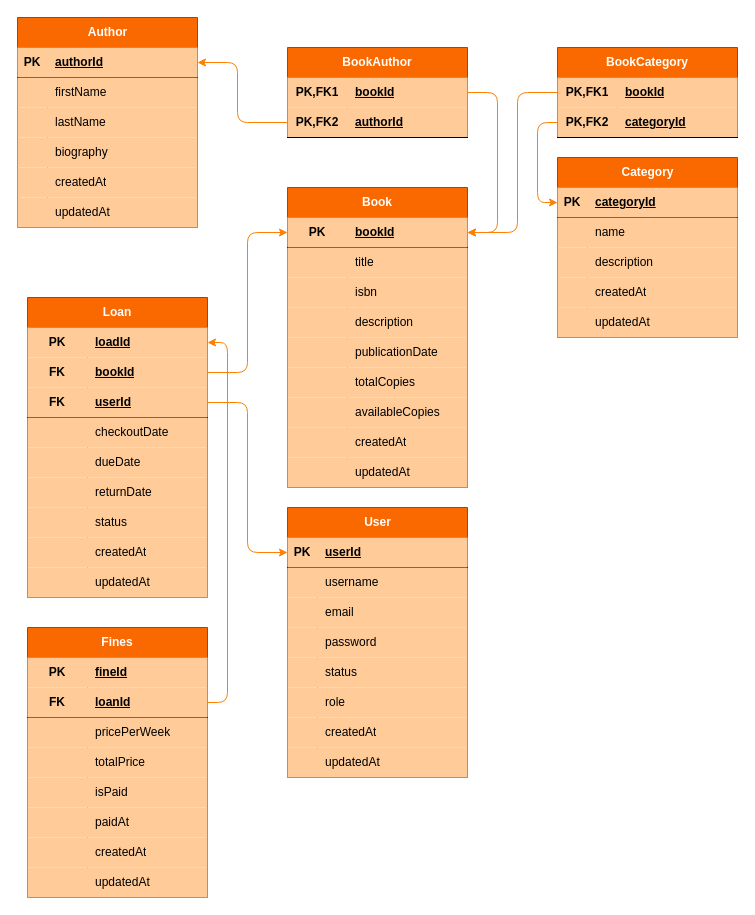
The draw.io diagram docs/er-diagram.drawio in Xeinostorm2005/Library-Application-using-Java, before the edit. Source tidied: cells renumbered, new cells numbered last; positions are measured from the earlier drawing's top-left corner, leaving out a move shared by most shapes. Both pictures are drawn from the tidied source at 100%, with x=0, y=0 at pixel (17, 17).
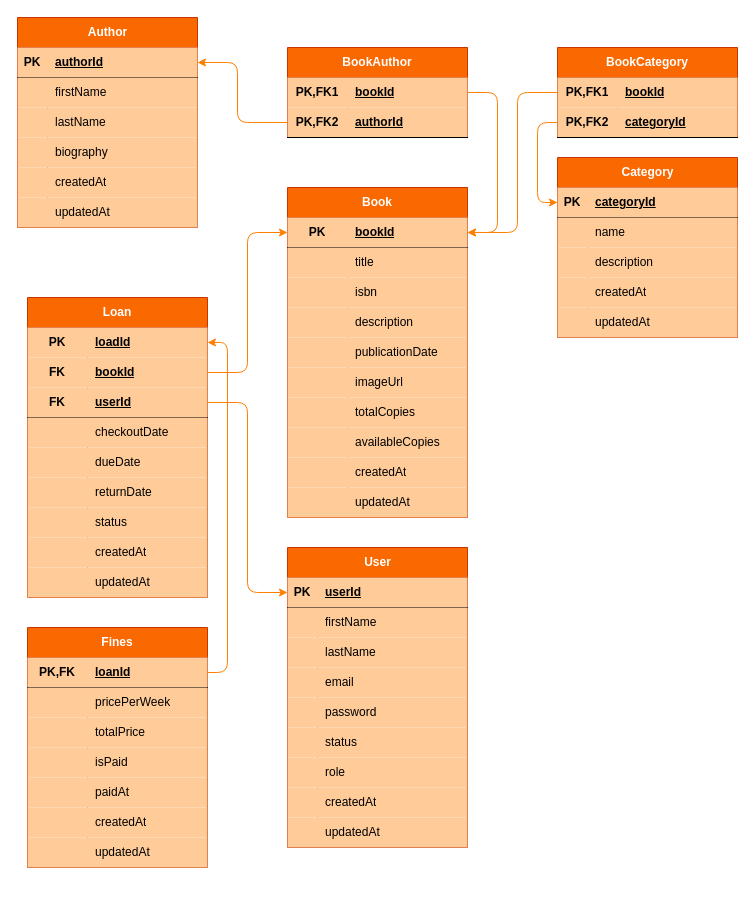
Above is the later version.

The change refers to these unchanged cells:
```xml
<mxCell id="3" style="shape=tableRow;horizontal=0;startSize=0;swimlaneHead=0;swimlaneBody=0;fillColor=#FFCC99;points=[[0,0.5],[1,0.5]];portConstraint=eastwest;top=0;left=0;right=0;bottom=1;" parent="2" vertex="1">
  <mxGeometry y="30" width="180" height="30" as="geometry" />
</mxCell>
<mxCell id="6" style="shape=tableRow;horizontal=0;startSize=0;swimlaneHead=0;swimlaneBody=0;fillColor=#FFCC99;top=0;left=0;right=0;bottom=0;" parent="2" vertex="1">
  <mxGeometry y="60" width="180" height="30" as="geometry" />
</mxCell>
<mxCell id="62" style="shape=tableRow;horizontal=0;startSize=0;swimlaneHead=0;swimlaneBody=0;fillColor=#FFCC99;top=0;left=0;right=0;bottom=0;html=1;" parent="46" vertex="1">
  <mxGeometry y="180" width="180" height="30" as="geometry" />
</mxCell>
<mxCell id="65" style="shape=tableRow;horizontal=0;startSize=0;swimlaneHead=0;swimlaneBody=0;fillColor=#FFCC99;top=0;left=0;right=0;bottom=0;html=1;" parent="46" vertex="1">
  <mxGeometry y="210" width="180" height="30" as="geometry" />
</mxCell>
<mxCell id="100" style="shape=tableRow;horizontal=0;startSize=0;swimlaneHead=0;swimlaneBody=0;fillColor=#FFCC99;points=[[0,0.5],[1,0.5]];portConstraint=eastwest;top=0;left=0;right=0;bottom=0;html=1;" parent="99" vertex="1">
  <mxGeometry y="30" width="180" height="30" as="geometry" />
</mxCell>
<mxCell id="106" style="shape=tableRow;horizontal=0;startSize=0;swimlaneHead=0;swimlaneBody=0;fillColor=#FFCC99;points=[[0,0.5],[1,0.5]];portConstraint=eastwest;top=0;left=0;right=0;bottom=1;html=1;" parent="99" vertex="1">
  <mxGeometry y="90" width="180" height="30" as="geometry" />
</mxCell>
```

Change to the diagram source:
```diff
@@
     <mxCell id="2" value="User" style="shape=table;startSize=30;childLayout=tableLayout;rowLines=0;fontStyle=1;align=center;html=1;fillColor=#fa6800;strokeColor=#C73500;fontColor=#FFFFFF;" parent="1" vertex="1">
-      <mxGeometry x="270" y="490" width="180" height="270" as="geometry" />
+      <mxGeometry x="270" y="530" width="180" height="300" as="geometry" />
     </mxCell>
@@
-    <mxCell id="8" value="username" style="shape=partialRectangle;fillColor=none;top=0;left=0;bottom=0;right=0;align=left;spacingLeft=6;overflow=hidden;whiteSpace=wrap;html=1;" parent="6" vertex="1">
+    <mxCell id="8" value="firstName" style="shape=partialRectangle;fillColor=none;top=0;left=0;bottom=0;right=0;align=left;spacingLeft=6;overflow=hidden;whiteSpace=wrap;html=1;" parent="6" vertex="1">
       <mxGeometry x="30" width="150" height="30" as="geometry" />
     </mxCell>
+    <mxCell id="164" style="shape=tableRow;horizontal=0;startSize=0;swimlaneHead=0;swimlaneBody=0;fillColor=#FFCC99;top=0;left=0;right=0;bottom=0;" parent="2" vertex="1">
+      <mxGeometry y="90" width="180" height="30" as="geometry" />
+    </mxCell>
+    <mxCell id="165" style="shape=partialRectangle;fillColor=none;top=0;left=0;bottom=0;right=0;overflow=hidden;whiteSpace=wrap;html=1;" parent="164" vertex="1">
+      <mxGeometry width="30" height="30" as="geometry" />
+    </mxCell>
+    <mxCell id="166" value="lastName" style="shape=partialRectangle;fillColor=none;top=0;left=0;bottom=0;right=0;align=left;spacingLeft=6;overflow=hidden;whiteSpace=wrap;html=1;" parent="164" vertex="1">
+      <mxGeometry x="30" width="150" height="30" as="geometry" />
+    </mxCell>
     <mxCell id="9" style="shape=tableRow;horizontal=0;startSize=0;swimlaneHead=0;swimlaneBody=0;fillColor=#FFCC99;top=0;left=0;right=0;bottom=0;" parent="2" vertex="1">
-      <mxGeometry y="90" width="180" height="30" as="geometry" />
+      <mxGeometry y="120" width="180" height="30" as="geometry" />
     </mxCell>
@@
     <mxCell id="12" style="shape=tableRow;horizontal=0;startSize=0;swimlaneHead=0;swimlaneBody=0;fillColor=#FFCC99;top=0;left=0;right=0;bottom=0;" parent="2" vertex="1">
-      <mxGeometry y="120" width="180" height="30" as="geometry" />
+      <mxGeometry y="150" width="180" height="30" as="geometry" />
     </mxCell>
@@
     <mxCell id="15" style="shape=tableRow;horizontal=0;startSize=0;swimlaneHead=0;swimlaneBody=0;fillColor=#FFCC99;top=0;left=0;right=0;bottom=0;" parent="2" vertex="1">
-      <mxGeometry y="150" width="180" height="30" as="geometry" />
+      <mxGeometry y="180" width="180" height="30" as="geometry" />
     </mxCell>
@@
     <mxCell id="18" style="shape=tableRow;horizontal=0;startSize=0;swimlaneHead=0;swimlaneBody=0;fillColor=#FFCC99;top=0;left=0;right=0;bottom=0;" parent="2" vertex="1">
-      <mxGeometry y="180" width="180" height="30" as="geometry" />
+      <mxGeometry y="210" width="180" height="30" as="geometry" />
     </mxCell>
@@
     <mxCell id="21" style="shape=tableRow;horizontal=0;startSize=0;swimlaneHead=0;swimlaneBody=0;fillColor=#FFCC99;top=0;left=0;right=0;bottom=0;" parent="2" vertex="1">
-      <mxGeometry y="210" width="180" height="30" as="geometry" />
+      <mxGeometry y="240" width="180" height="30" as="geometry" />
     </mxCell>
@@
     <mxCell id="24" style="shape=tableRow;horizontal=0;startSize=0;swimlaneHead=0;swimlaneBody=0;fillColor=#FFCC99;top=0;left=0;right=0;bottom=0;" parent="2" vertex="1">
-      <mxGeometry y="240" width="180" height="30" as="geometry" />
+      <mxGeometry y="270" width="180" height="30" as="geometry" />
     </mxCell>
@@
     <mxCell id="46" value="Book" style="shape=table;startSize=30;childLayout=tableLayout;rowLines=0;fontStyle=1;align=center;html=1;whiteSpace=wrap;fillColor=#fa6800;strokeColor=#C73500;fontColor=#FFFFFF;" parent="1" vertex="1">
-      <mxGeometry x="270" y="170" width="180" height="300" as="geometry" />
+      <mxGeometry x="270" y="170" width="180" height="330" as="geometry" />
     </mxCell>
@@
-    <mxCell id="64" value="totalCopies" style="shape=partialRectangle;fillColor=none;top=0;left=0;bottom=0;right=0;align=left;spacingLeft=6;overflow=hidden;html=1;whiteSpace=wrap;" parent="62" vertex="1">
+    <mxCell id="64" value="imageUrl" style="shape=partialRectangle;fillColor=none;top=0;left=0;bottom=0;right=0;align=left;spacingLeft=6;overflow=hidden;html=1;whiteSpace=wrap;" parent="62" vertex="1">
       <mxGeometry x="60" width="120" height="30" as="geometry" />
     </mxCell>
@@
-    <mxCell id="67" value="availableCopies" style="shape=partialRectangle;fillColor=none;top=0;left=0;bottom=0;right=0;align=left;spacingLeft=6;overflow=hidden;html=1;whiteSpace=wrap;" parent="65" vertex="1">
+    <mxCell id="67" value="totalCopies" style="shape=partialRectangle;fillColor=none;top=0;left=0;bottom=0;right=0;align=left;spacingLeft=6;overflow=hidden;html=1;whiteSpace=wrap;" parent="65" vertex="1">
       <mxGeometry x="60" width="120" height="30" as="geometry" />
     </mxCell>
+    <mxCell id="167" style="shape=tableRow;horizontal=0;startSize=0;swimlaneHead=0;swimlaneBody=0;fillColor=#FFCC99;top=0;left=0;right=0;bottom=0;html=1;" parent="46" vertex="1">
+      <mxGeometry y="240" width="180" height="30" as="geometry" />
+    </mxCell>
+    <mxCell id="168" style="shape=partialRectangle;fillColor=none;top=0;left=0;bottom=0;right=0;overflow=hidden;html=1;whiteSpace=wrap;" parent="167" vertex="1">
+      <mxGeometry width="60" height="30" as="geometry" />
+    </mxCell>
+    <mxCell id="169" value="availableCopies" style="shape=partialRectangle;fillColor=none;top=0;left=0;bottom=0;right=0;align=left;spacingLeft=6;overflow=hidden;html=1;whiteSpace=wrap;" parent="167" vertex="1">
+      <mxGeometry x="60" width="120" height="30" as="geometry" />
+    </mxCell>
     <mxCell id="68" style="shape=tableRow;horizontal=0;startSize=0;swimlaneHead=0;swimlaneBody=0;fillColor=#FFCC99;top=0;left=0;right=0;bottom=0;html=1;" parent="46" vertex="1">
-      <mxGeometry y="240" width="180" height="30" as="geometry" />
+      <mxGeometry y="270" width="180" height="30" as="geometry" />
     </mxCell>
@@
     <mxCell id="71" style="shape=tableRow;horizontal=0;startSize=0;swimlaneHead=0;swimlaneBody=0;fillColor=#FFCC99;top=0;left=0;right=0;bottom=0;html=1;" parent="46" vertex="1">
-      <mxGeometry y="270" width="180" height="30" as="geometry" />
+      <mxGeometry y="300" width="180" height="30" as="geometry" />
     </mxCell>
@@
     <mxCell id="127" value="Fines" style="shape=table;startSize=30;childLayout=tableLayout;rowLines=0;fontStyle=1;align=center;html=1;whiteSpace=wrap;fillColor=#fa6800;strokeColor=#C73500;fontColor=#FFFFFF;" parent="1" vertex="1">
-      <mxGeometry x="10" y="610" width="180" height="270" as="geometry" />
+      <mxGeometry x="10" y="610" width="180" height="240" as="geometry" />
     </mxCell>
-    <mxCell id="128" style="shape=tableRow;horizontal=0;startSize=0;swimlaneHead=0;swimlaneBody=0;fillColor=#FFCC99;top=0;left=0;right=0;bottom=0;html=1;" parent="127" vertex="1">
-      <mxGeometry y="30" width="180" height="30" as="geometry" />
-    </mxCell>
-    <mxCell id="129" value="PK" style="shape=partialRectangle;fillColor=none;top=0;left=0;bottom=0;right=0;fontStyle=1;overflow=hidden;html=1;whiteSpace=wrap;" parent="128" vertex="1">
-      <mxGeometry width="60" height="30" as="geometry" />
-    </mxCell>
-    <mxCell id="130" value="fineId" style="shape=partialRectangle;fillColor=none;top=0;left=0;bottom=0;right=0;align=left;spacingLeft=6;fontStyle=5;overflow=hidden;html=1;whiteSpace=wrap;" parent="128" vertex="1">
-      <mxGeometry x="60" width="120" height="30" as="geometry" />
-    </mxCell>
     <mxCell id="131" style="shape=tableRow;horizontal=0;startSize=0;swimlaneHead=0;swimlaneBody=0;fillColor=#FFCC99;points=[[0,0.5],[1,0.5]];portConstraint=eastwest;top=0;left=0;right=0;bottom=1;html=1;" parent="127" vertex="1">
-      <mxGeometry y="60" width="180" height="30" as="geometry" />
+      <mxGeometry y="30" width="180" height="30" as="geometry" />
     </mxCell>
-    <mxCell id="132" value="FK" style="shape=partialRectangle;fillColor=none;top=0;left=0;bottom=0;right=0;fontStyle=1;overflow=hidden;html=1;whiteSpace=wrap;" parent="131" vertex="1">
+    <mxCell id="132" value="PK,FK" style="shape=partialRectangle;fillColor=none;top=0;left=0;bottom=0;right=0;fontStyle=1;overflow=hidden;html=1;whiteSpace=wrap;" parent="131" vertex="1">
       <mxGeometry width="60" height="30" as="geometry" />
     </mxCell>
@@
     <mxCell id="134" style="shape=tableRow;horizontal=0;startSize=0;swimlaneHead=0;swimlaneBody=0;fillColor=#FFCC99;top=0;left=0;right=0;bottom=0;html=1;" parent="127" vertex="1">
-      <mxGeometry y="90" width="180" height="30" as="geometry" />
+      <mxGeometry y="60" width="180" height="30" as="geometry" />
     </mxCell>
@@
     <mxCell id="137" style="shape=tableRow;horizontal=0;startSize=0;swimlaneHead=0;swimlaneBody=0;fillColor=#FFCC99;top=0;left=0;right=0;bottom=0;html=1;" parent="127" vertex="1">
-      <mxGeometry y="120" width="180" height="30" as="geometry" />
+      <mxGeometry y="90" width="180" height="30" as="geometry" />
     </mxCell>
@@
     <mxCell id="140" style="shape=tableRow;horizontal=0;startSize=0;swimlaneHead=0;swimlaneBody=0;fillColor=#FFCC99;top=0;left=0;right=0;bottom=0;html=1;" parent="127" vertex="1">
-      <mxGeometry y="150" width="180" height="30" as="geometry" />
+      <mxGeometry y="120" width="180" height="30" as="geometry" />
     </mxCell>
@@
     <mxCell id="143" style="shape=tableRow;horizontal=0;startSize=0;swimlaneHead=0;swimlaneBody=0;fillColor=#FFCC99;top=0;left=0;right=0;bottom=0;html=1;" parent="127" vertex="1">
-      <mxGeometry y="180" width="180" height="30" as="geometry" />
+      <mxGeometry y="150" width="180" height="30" as="geometry" />
     </mxCell>
@@
     <mxCell id="146" style="shape=tableRow;horizontal=0;startSize=0;swimlaneHead=0;swimlaneBody=0;fillColor=#FFCC99;top=0;left=0;right=0;bottom=0;html=1;" parent="127" vertex="1">
-      <mxGeometry y="210" width="180" height="30" as="geometry" />
+      <mxGeometry y="180" width="180" height="30" as="geometry" />
     </mxCell>
@@
     <mxCell id="149" style="shape=tableRow;horizontal=0;startSize=0;swimlaneHead=0;swimlaneBody=0;fillColor=#FFCC99;top=0;left=0;right=0;bottom=0;html=1;" parent="127" vertex="1">
-      <mxGeometry y="240" width="180" height="30" as="geometry" />
+      <mxGeometry y="210" width="180" height="30" as="geometry" />
     </mxCell>
@@
     <mxCell id="162" style="edgeStyle=none;html=1;exitX=1;exitY=0.5;exitDx=0;exitDy=0;entryX=0;entryY=0.5;entryDx=0;entryDy=0;fontColor=#FFCC99;fillColor=#f0a30a;strokeColor=#FF8000;" parent="1" edge="1" source="106" target="3">
-      <mxGeometry x="-0.11" relative="1" as="geometry">
+      <mxGeometry x="-0.19" relative="1" as="geometry">
         <Array as="points">
           <mxPoint x="230" y="385" />
-          <mxPoint x="230" y="535" />
+          <mxPoint x="230" y="575" />
         </Array>
       </mxGeometry>
     </mxCell>
     <mxCell id="163" style="edgeStyle=none;html=1;exitX=1;exitY=0.5;exitDx=0;exitDy=0;entryX=1;entryY=0.5;entryDx=0;entryDy=0;fontColor=#FFCC99;fillColor=#f0a30a;strokeColor=#FF8000;" parent="1" edge="1" source="131" target="100">
-      <mxGeometry relative="1" as="geometry">
+      <mxGeometry x="-0.12" relative="1" as="geometry">
         <Array as="points">
-          <mxPoint x="210" y="685" />
+          <mxPoint x="210" y="655" />
           <mxPoint x="210" y="325" />
         </Array>
       </mxGeometry>
     </mxCell>
```
